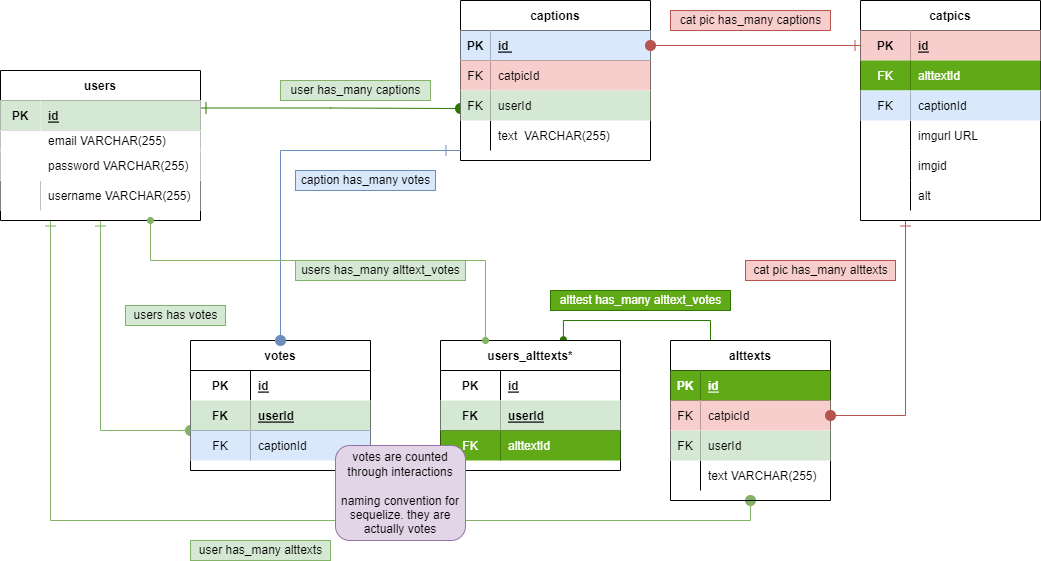
Before: pitchimgs/ERD.drawio.png, a diagram exported from draw.io (kokopuffz/Project2). Source tidied: cells renumbered, new cells last; positions are measured from the earlier drawing's top-left corner, leaving out a move shared by most shapes.
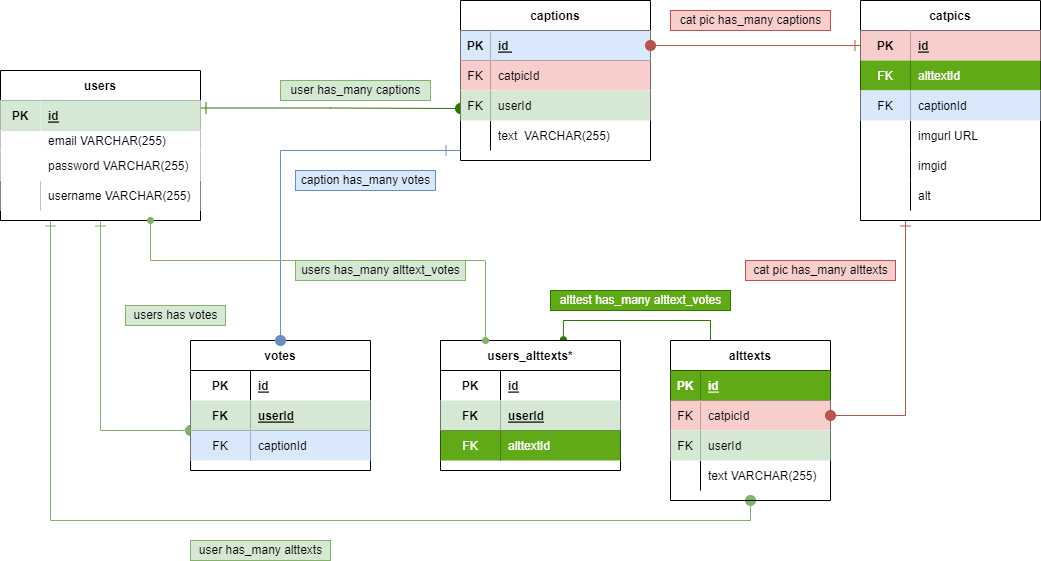
The same diagram one commit later.

What changed in the source:
```diff
@@ -301,8 +301,5 @@
     <mxCell id="95" value="users has_many alttext_votes" style="text;html=1;align=center;verticalAlign=middle;strokeColor=#82b366;fillColor=#d5e8d4;" parent="1" vertex="1">
       <mxGeometry x="295" y="260" width="170" height="20" as="geometry" />
     </mxCell>
-    <mxCell id="96" value="votes are counted through interactions&lt;br&gt;&lt;br&gt;naming convention for sequelize. they are actually votes" style="rounded=1;whiteSpace=wrap;html=1;fillColor=#e1d5e7;strokeColor=#9673a6;" parent="1" vertex="1">
-      <mxGeometry x="335" y="445" width="130" height="95" as="geometry" />
-    </mxCell>
   </root>
 </mxGraphModel>
```
